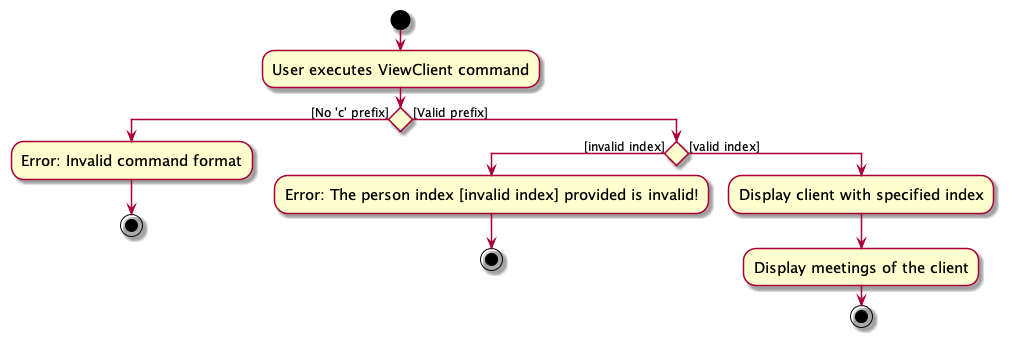
sethteo/tp keeps this PlantUML diagram as docs/images/ViewClientActivityDiagram.png. Above is the earlier version.
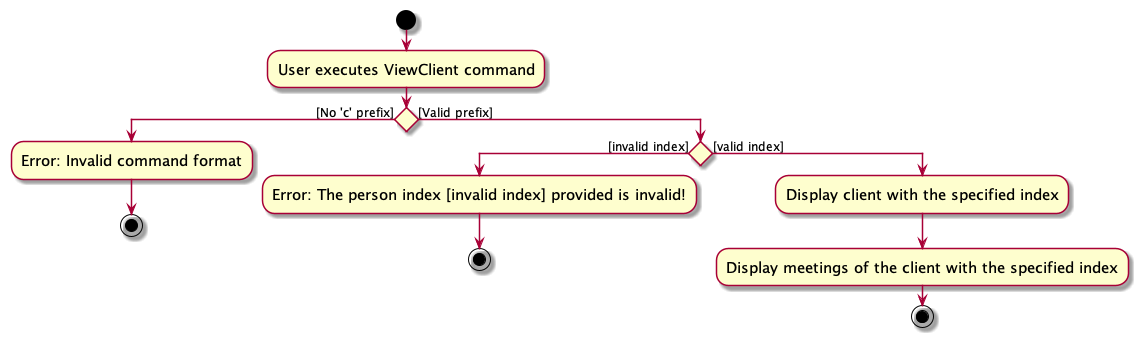
The same diagram one commit later.

The edit, as a diff of the source:
```diff
@@ -13,8 +13,8 @@
     -Error: The person index [invalid index] provided is invalid!
     stop
     else([valid index])
-        :Display client with specified index;
-        :Display meetings of the client;
+        :Display client with the specified index;
+        :Display meetings of the client with the specified index;
         stop
 
 endif
```
